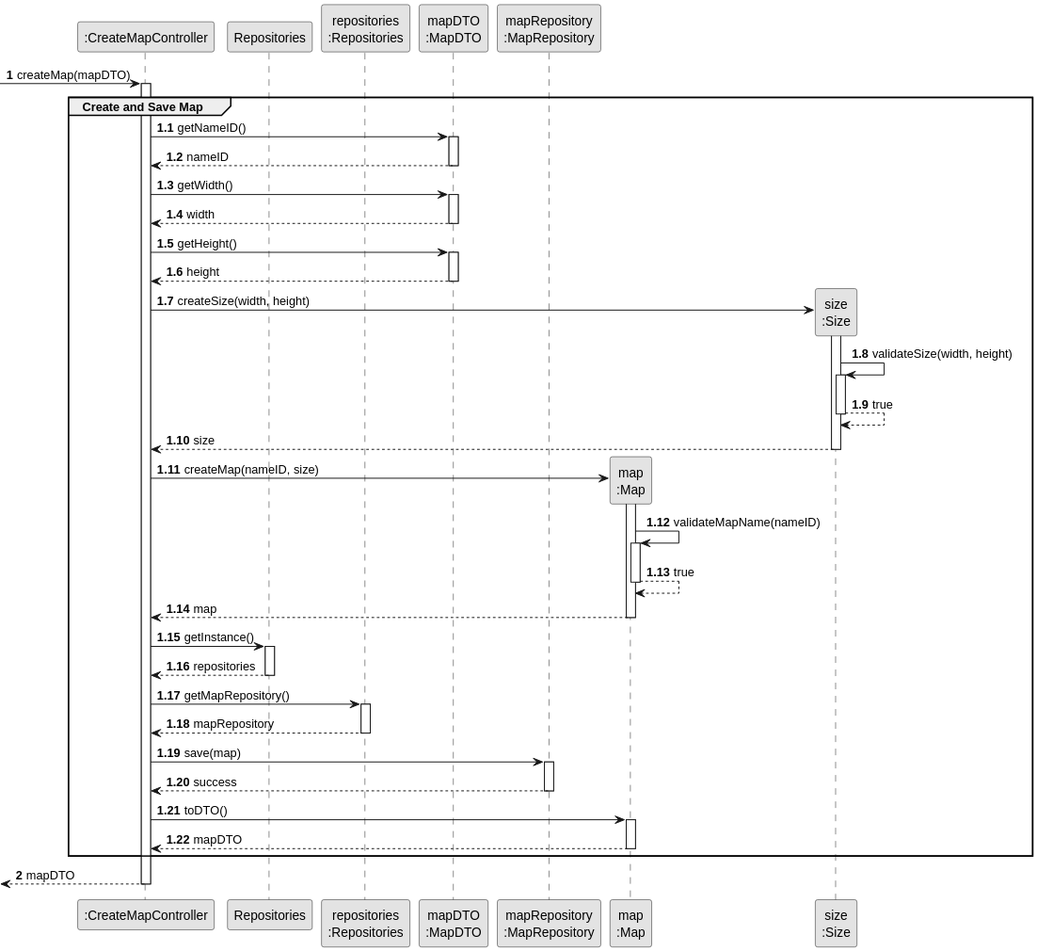
This is docs/system-documentation/Sprint 3/US01/03.design/svg/US01-SD-create-and-save-map.svg from HenriqueSilva18/Railway-Network-Simulator, a PlantUML export, as it was before one commit.
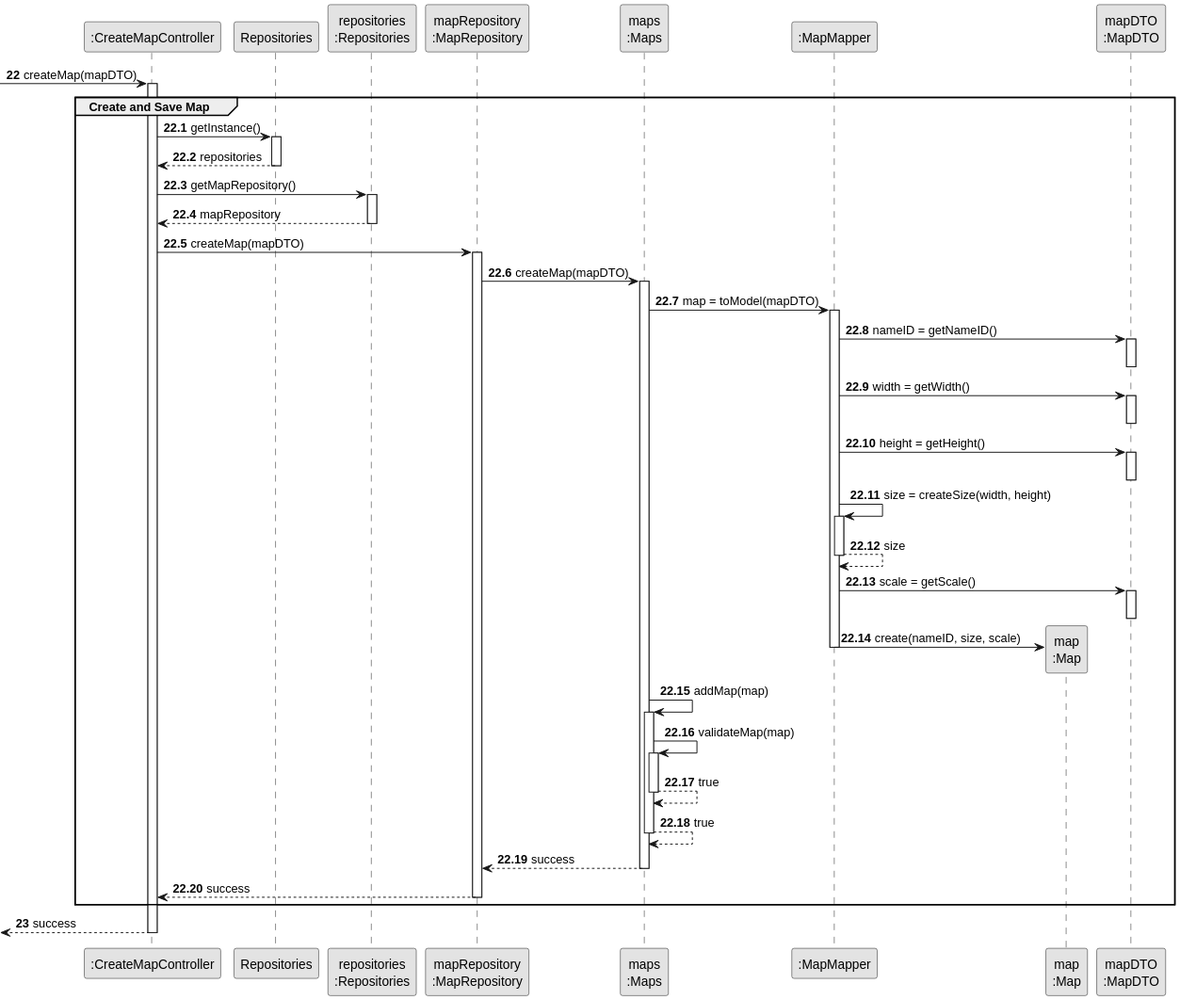
After the commit.

Change to the diagram source:
```diff
@@ -6,52 +6,20 @@
 participant ":CreateMapController" as CTRL
 participant "Repositories" as REPOS
 participant "repositories\n:Repositories" as REPOS_SINGLETON
+participant "mapRepository\n:MapRepository" as MAP_REPO
+participant "maps\n:Maps" as MAPS
+participant ":MapMapper" as MAP_MAPPER
+participant "map\n:Map" as MAP
 participant "mapDTO\n:MapDTO" as MAP_DTO
-participant "mapRepository\n:MapRepository" as MAP_REPO
-participant "map\n:Map" as MAP
-participant "size\n:Size" as SIZE
 
-autonumber 1
+autonumber 22
 -> CTRL: createMap(mapDTO)
 
-autonumber 1.1
+autonumber 22.1
 activate CTRL
     group Create and Save Map
 
-        CTRL -> MAP_DTO: getNameID()
-        activate MAP_DTO
-            MAP_DTO --> CTRL: nameID
-        deactivate MAP_DTO
-
-        CTRL -> MAP_DTO: getWidth()
-        activate MAP_DTO
-            MAP_DTO --> CTRL: width
-        deactivate MAP_DTO
-
-        CTRL -> MAP_DTO: getHeight()
-        activate MAP_DTO
-            MAP_DTO --> CTRL: height
-        deactivate MAP_DTO
-
-        CTRL -> SIZE**: createSize(width, height)
-        activate SIZE
-            SIZE -> SIZE: validateSize(width, height)
-            activate SIZE
-                SIZE --> SIZE: true
-            deactivate SIZE
-            SIZE --> CTRL: size
-        deactivate SIZE
-
-        CTRL -> MAP**: createMap(nameID, size)
-        activate MAP
-            MAP -> MAP: validateMapName(nameID)
-            activate MAP
-                MAP --> MAP: true
-            deactivate MAP
-            MAP --> CTRL: map
-        deactivate MAP
-
-        CTRL -> REPOS: getInstance()
+        CTRL -> REPOS : getInstance()
         activate REPOS
             REPOS --> CTRL: repositories
         deactivate REPOS
@@ -61,19 +29,54 @@
             REPOS_SINGLETON --> CTRL: mapRepository
         deactivate REPOS_SINGLETON
 
-        CTRL -> MAP_REPO: save(map)
+        CTRL -> MAP_REPO: createMap(mapDTO)
         activate MAP_REPO
+            MAP_REPO -> MAPS: createMap(mapDTO)
+            activate MAPS
+                MAPS -> MAP_MAPPER: map = toModel(mapDTO)
+                activate MAP_MAPPER
+                    MAP_MAPPER -> MAP_DTO: nameID = getNameID()
+                    activate MAP_DTO
+                    deactivate MAP_DTO
+
+                    MAP_MAPPER -> MAP_DTO: width = getWidth()
+                    activate MAP_DTO
+                    deactivate MAP_DTO
+
+                    MAP_MAPPER -> MAP_DTO: height = getHeight()
+                    activate MAP_DTO
+                    deactivate MAP_DTO
+
+                    MAP_MAPPER -> MAP_MAPPER: size = createSize(width, height)
+                    activate MAP_MAPPER
+                        MAP_MAPPER --> MAP_MAPPER: size
+                    deactivate MAP_MAPPER
+
+                    MAP_MAPPER -> MAP_DTO: scale = getScale()
+                    activate MAP_DTO
+                    deactivate MAP_DTO
+
+                    MAP_MAPPER -> MAP**: create(nameID, size, scale)
+                deactivate MAP_MAPPER
+
+                MAPS -> MAPS: addMap(map)
+                activate MAPS
+                    MAPS -> MAPS: validateMap(map)
+                    activate MAPS
+                        MAPS --> MAPS: true
+                        deactivate MAPS
+                    MAPS --> MAPS: true
+                    deactivate MAPS
+
+                MAPS --> MAP_REPO: success
+            deactivate MAPS
+
             MAP_REPO --> CTRL: success
         deactivate MAP_REPO
 
-        CTRL -> MAP: toDTO()
-        activate MAP
-            MAP --> CTRL: mapDTO
-        deactivate MAP
-
     end
 
-    autonumber 2
-    <-- CTRL: mapDTO
+    autonumber 23
+    <-- CTRL : success
 deactivate CTRL
 @enduml
```
